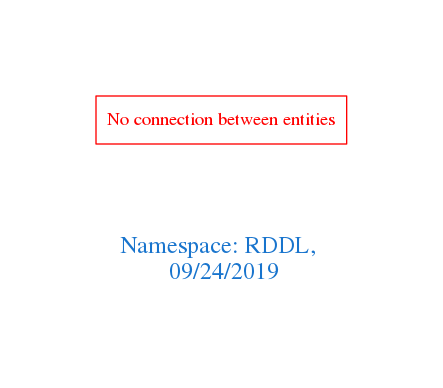
The Graphviz diagram downloads/RDDL.png in arago/OGIT, before a commit. Its source is kept beside it as downloads/RDDL.dot.
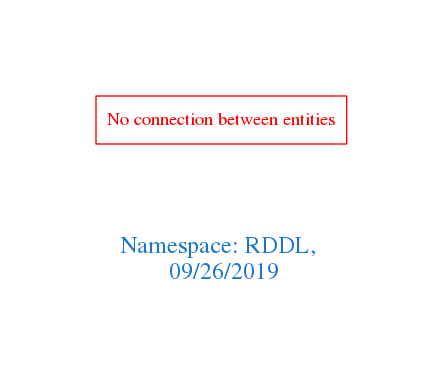
The same diagram one commit later.

Change to the diagram source:
```diff
@@ -1,7 +1,7 @@
 digraph OGIT_ontology {
  graph [ rankdir= LR,pad=1
 fontsize = 18,
-fontcolor= dodgerblue3,label = "\n\n\nNamespace: RDDL, \n 09/24/2019"];
+fontcolor= dodgerblue3,label = "\n\n\nNamespace: RDDL, \n 09/26/2019"];
 node[shape=polygon];
 edge [  color="gray81"];
 
```
